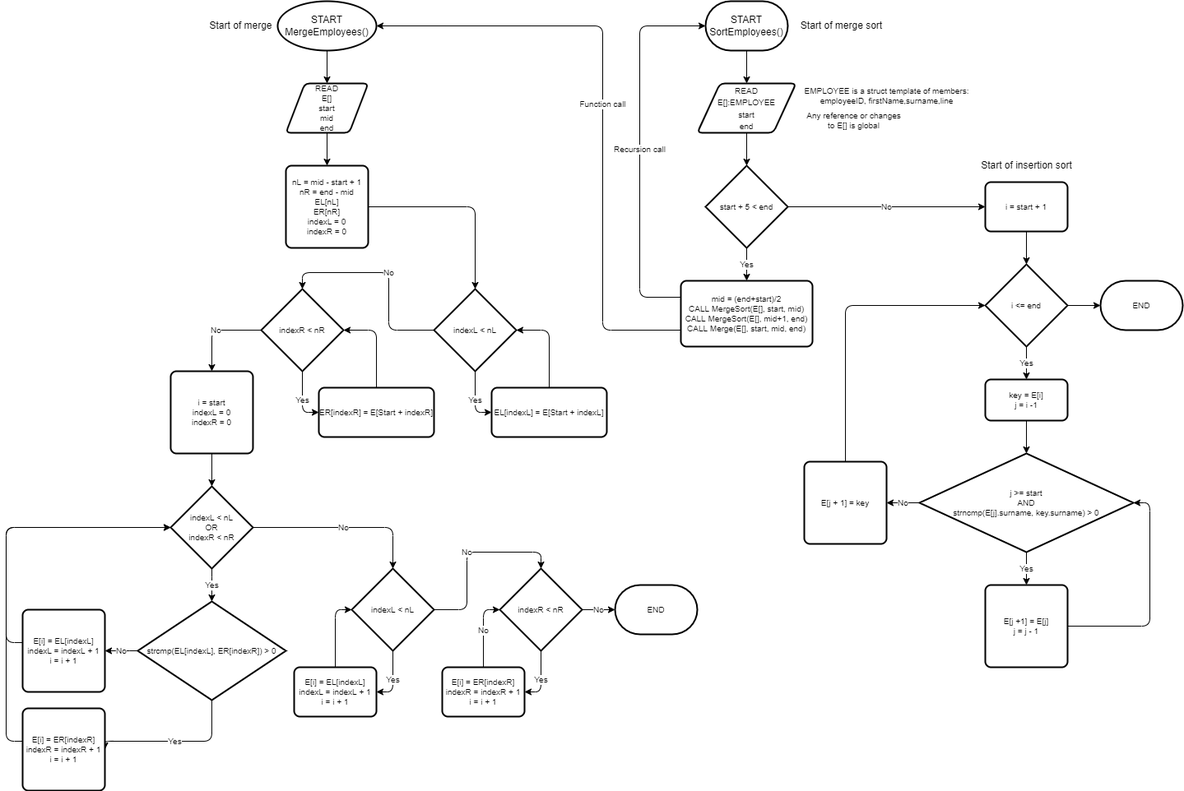
This is Flowcharts/ModifiedMergeSort.drawio.png from AdrianCapacite/Algorithm-Assignment-22-04, a draw.io export, as it was before one commit. Source tidied: cells renumbered, new cells last; positions are measured from the earlier drawing's top-left corner, leaving out a move shared by most shapes.
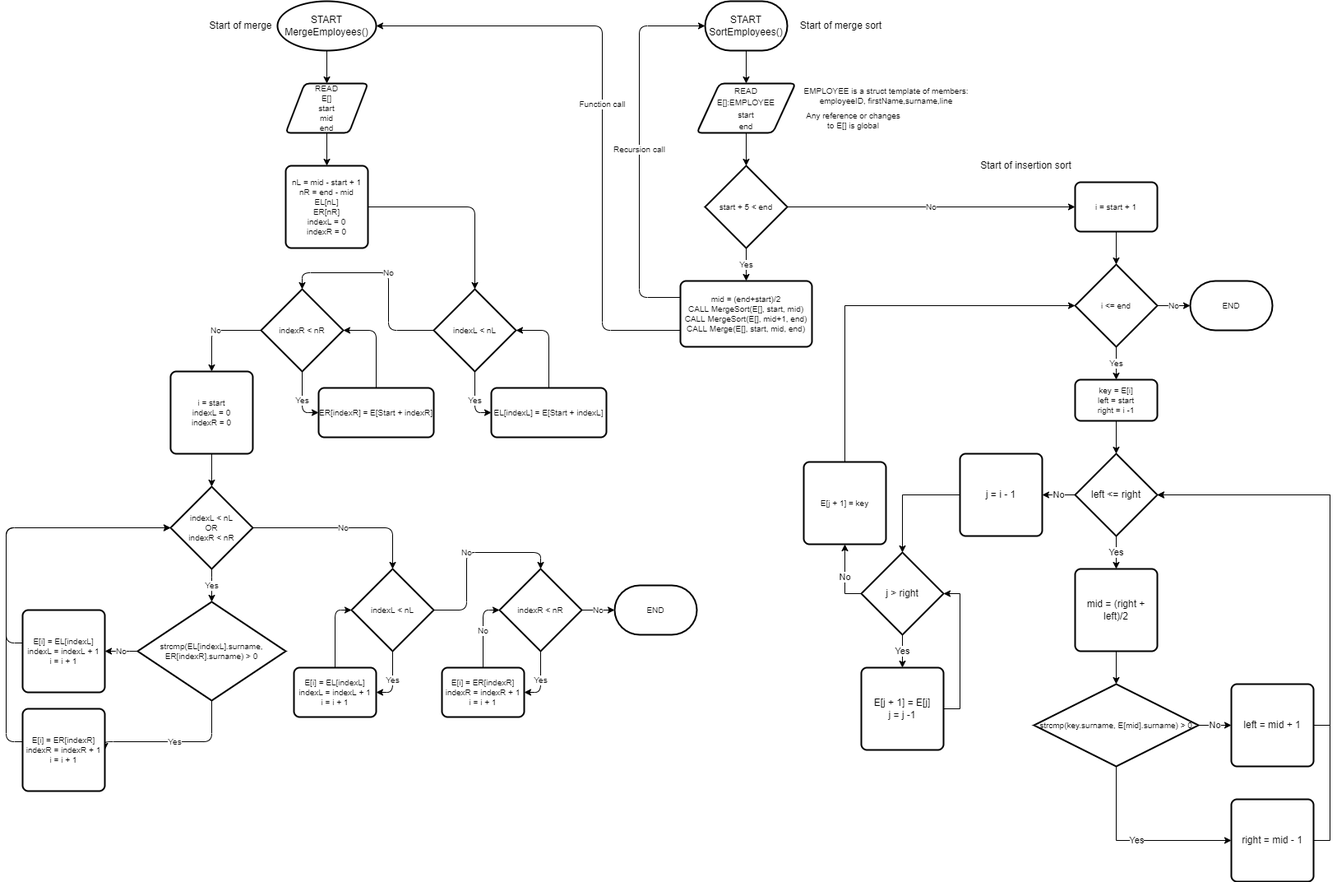
After the commit.

What changed in the source:
```diff
@@ -57,56 +57,26 @@
     <mxCell id="16" value="Yes" style="edgeStyle=orthogonalEdgeStyle;rounded=1;jettySize=auto;html=1;fontSize=10;" parent="1" edge="1" source="18" target="25">
       <mxGeometry relative="1" as="geometry" />
     </mxCell>
-    <mxCell id="17" style="edgeStyle=orthogonalEdgeStyle;rounded=1;jettySize=auto;html=1;fontSize=10;" parent="1" edge="1" source="18" target="30">
+    <mxCell id="17" value="No" style="edgeStyle=orthogonalEdgeStyle;rounded=1;jettySize=auto;html=1;fontSize=10;" parent="1" edge="1" source="18" target="30">
       <mxGeometry relative="1" as="geometry" />
     </mxCell>
     <mxCell id="18" value="i &amp;lt;= end" style="strokeWidth=2;html=1;shape=mxgraph.flowchart.decision;whiteSpace=wrap;fontSize=10;rounded=1;" parent="1" vertex="1">
-      <mxGeometry x="1190" y="320" width="100" height="100" as="geometry" />
+      <mxGeometry x="1300" y="320" width="100" height="100" as="geometry" />
     </mxCell>
-    <mxCell id="19" value="No" style="edgeStyle=orthogonalEdgeStyle;rounded=1;jettySize=auto;html=1;fontSize=10;" parent="1" edge="1" source="21" target="29">
-      <mxGeometry relative="1" as="geometry" />
-    </mxCell>
-    <mxCell id="20" value="Yes" style="edgeStyle=orthogonalEdgeStyle;rounded=1;jettySize=auto;html=1;fontSize=10;" parent="1" edge="1" source="21" target="27">
-      <mxGeometry relative="1" as="geometry" />
-    </mxCell>
-    <mxCell id="21" value="j &amp;gt;= start&lt;br&gt;AND&lt;br&gt;strncmp(E[j].surname, key.surname) &amp;gt; 0" style="strokeWidth=2;html=1;shape=mxgraph.flowchart.decision;whiteSpace=wrap;fontSize=10;rounded=1;" parent="1" vertex="1">
-      <mxGeometry x="1110" y="550" width="260" height="120" as="geometry" />
-    </mxCell>
     <mxCell id="22" style="edgeStyle=orthogonalEdgeStyle;rounded=1;jettySize=auto;html=1;fontSize=10;" parent="1" edge="1" source="23" target="18">
       <mxGeometry relative="1" as="geometry" />
     </mxCell>
     <mxCell id="23" value="i = start + 1" style="rounded=1;whiteSpace=wrap;html=1;absoluteArcSize=1;arcSize=14;strokeWidth=2;fontSize=10;" parent="1" vertex="1">
-      <mxGeometry x="1190" y="220" width="100" height="60" as="geometry" />
+      <mxGeometry x="1300" y="220" width="100" height="60" as="geometry" />
     </mxCell>
-    <mxCell id="24" style="edgeStyle=orthogonalEdgeStyle;rounded=1;jettySize=auto;html=1;fontSize=10;" parent="1" edge="1" source="25" target="21">
-      <mxGeometry relative="1" as="geometry" />
-    </mxCell>
+    <mxCell id="71" style="edgeStyle=orthogonalEdgeStyle;rounded=0;jettySize=auto;html=1;entryX=0.5;entryY=0;entryDx=0;entryDy=0;entryPerimeter=0;" parent="1" edge="1" source="25" target="74">
+      <mxGeometry relative="1" as="geometry" />
+    </mxCell>
-    <mxCell id="25" value="key = E[i]&lt;br&gt;j = i -1" style="rounded=1;whiteSpace=wrap;html=1;absoluteArcSize=1;arcSize=14;strokeWidth=2;fontSize=10;" parent="1" vertex="1">
-      <mxGeometry x="1190" y="460" width="100" height="50" as="geometry" />
+    <mxCell id="25" value="key = E[i]&lt;br&gt;left = start&lt;br&gt;right = i -1" style="rounded=1;whiteSpace=wrap;html=1;absoluteArcSize=1;arcSize=14;strokeWidth=2;fontSize=10;" parent="1" vertex="1">
+      <mxGeometry x="1300" y="460" width="100" height="50" as="geometry" />
     </mxCell>
-    <mxCell id="26" style="edgeStyle=orthogonalEdgeStyle;rounded=1;jettySize=auto;html=1;entryX=1;entryY=0.5;entryDx=0;entryDy=0;entryPerimeter=0;fontSize=10;" parent="1" edge="1" source="27" target="21">
-      <mxGeometry relative="1" as="geometry">
-        <Array as="points">
-          <mxPoint x="1390" y="760" />
-          <mxPoint x="1390" y="610" />
-        </Array>
-      </mxGeometry>
-    </mxCell>
-    <mxCell id="27" value="E[j +1] = E[j]&lt;br&gt;j = j - 1" style="rounded=1;whiteSpace=wrap;html=1;absoluteArcSize=1;arcSize=14;strokeWidth=2;fontSize=10;" parent="1" vertex="1">
-      <mxGeometry x="1190" y="710" width="100" height="100" as="geometry" />
-    </mxCell>
-    <mxCell id="28" style="edgeStyle=orthogonalEdgeStyle;rounded=1;jettySize=auto;html=1;entryX=0;entryY=0.5;entryDx=0;entryDy=0;entryPerimeter=0;fontSize=10;" parent="1" edge="1" source="29" target="18">
-      <mxGeometry relative="1" as="geometry">
-        <Array as="points">
-          <mxPoint x="1020" y="370" />
-        </Array>
-      </mxGeometry>
-    </mxCell>
-    <mxCell id="29" value="E[j + 1] = key" style="rounded=1;whiteSpace=wrap;html=1;absoluteArcSize=1;arcSize=14;strokeWidth=2;fontSize=10;" parent="1" vertex="1">
-      <mxGeometry x="970" y="560" width="100" height="100" as="geometry" />
-    </mxCell>
     <mxCell id="30" value="END" style="strokeWidth=2;html=1;shape=mxgraph.flowchart.terminator;whiteSpace=wrap;fontSize=10;rounded=1;" parent="1" vertex="1">
-      <mxGeometry x="1330" y="340" width="100" height="60" as="geometry" />
+      <mxGeometry x="1440" y="340" width="100" height="60" as="geometry" />
     </mxCell>
     <mxCell id="31" style="edgeStyle=orthogonalEdgeStyle;rounded=1;jettySize=auto;html=1;fontSize=10;" parent="1" edge="1" source="32" target="34">
       <mxGeometry relative="1" as="geometry" />
@@ -169,7 +139,7 @@
     <mxCell id="49" value="No" style="edgeStyle=orthogonalEdgeStyle;rounded=1;jettySize=auto;html=1;entryX=1;entryY=0.5;entryDx=0;entryDy=0;fontSize=10;" parent="1" edge="1" source="50" target="52">
       <mxGeometry relative="1" as="geometry" />
     </mxCell>
-    <mxCell id="50" value="strcmp(EL[indexL], ER[indexR]) &amp;gt; 0" style="strokeWidth=2;html=1;shape=mxgraph.flowchart.decision;whiteSpace=wrap;fontSize=10;rounded=1;" parent="1" vertex="1">
+    <mxCell id="50" value="strcmp(EL[indexL].surname, ER[indexR].surname) &amp;gt; 0" style="strokeWidth=2;html=1;shape=mxgraph.flowchart.decision;whiteSpace=wrap;fontSize=10;rounded=1;" parent="1" vertex="1">
       <mxGeometry x="159.9" y="730" width="180.1" height="120" as="geometry" />
     </mxCell>
     <mxCell id="51" style="edgeStyle=orthogonalEdgeStyle;rounded=1;jettySize=auto;html=1;entryX=0;entryY=0.5;entryDx=0;entryDy=0;fontSize=10;entryPerimeter=0;" parent="1" edge="1" source="52" target="47">
@@ -242,5 +212,74 @@
     <mxCell id="70" value="Start of merge" style="text;html=1;align=center;verticalAlign=middle;strokeColor=none;fillColor=none;rounded=1;" parent="1" vertex="1">
       <mxGeometry x="240" y="20" width="90" height="20" as="geometry" />
     </mxCell>
+    <mxCell id="72" value="Yes" style="edgeStyle=orthogonalEdgeStyle;rounded=0;jettySize=auto;html=1;exitX=0.5;exitY=1;exitDx=0;exitDy=0;exitPerimeter=0;entryX=0.5;entryY=0;entryDx=0;entryDy=0;" parent="1" edge="1" source="74" target="83">
+      <mxGeometry relative="1" as="geometry" />
+    </mxCell>
+    <mxCell id="73" value="No" style="edgeStyle=orthogonalEdgeStyle;rounded=0;jettySize=auto;html=1;entryX=1;entryY=0.5;entryDx=0;entryDy=0;" parent="1" edge="1" source="74" target="85">
+      <mxGeometry relative="1" as="geometry" />
+    </mxCell>
+    <mxCell id="74" value="left &amp;lt;= right" style="strokeWidth=2;html=1;shape=mxgraph.flowchart.decision;whiteSpace=wrap;" parent="1" vertex="1">
+      <mxGeometry x="1300" y="550" width="100" height="100" as="geometry" />
+    </mxCell>
+    <mxCell id="75" value="Yes" style="edgeStyle=orthogonalEdgeStyle;rounded=0;jettySize=auto;html=1;exitX=0.5;exitY=1;exitDx=0;exitDy=0;exitPerimeter=0;entryX=0;entryY=0.5;entryDx=0;entryDy=0;" parent="1" edge="1" source="77" target="79">
+      <mxGeometry relative="1" as="geometry" />
+    </mxCell>
+    <mxCell id="76" value="No" style="edgeStyle=orthogonalEdgeStyle;rounded=0;jettySize=auto;html=1;exitX=1;exitY=0.5;exitDx=0;exitDy=0;exitPerimeter=0;entryX=0;entryY=0.5;entryDx=0;entryDy=0;" parent="1" edge="1" source="77" target="81">
+      <mxGeometry relative="1" as="geometry" />
+    </mxCell>
+    <mxCell id="77" value="&lt;span style=&quot;font-size: 10px&quot;&gt;strcmp(key.surname, E[mid].surname) &amp;gt; 0&lt;/span&gt;" style="strokeWidth=2;html=1;shape=mxgraph.flowchart.decision;whiteSpace=wrap;" parent="1" vertex="1">
+      <mxGeometry x="1250" y="830" width="200" height="100" as="geometry" />
+    </mxCell>
+    <mxCell id="78" style="edgeStyle=orthogonalEdgeStyle;rounded=0;jettySize=auto;html=1;exitX=1;exitY=0.5;exitDx=0;exitDy=0;" parent="1" edge="1" source="79">
+      <mxGeometry relative="1" as="geometry">
+        <mxPoint x="1400" y="600" as="targetPoint" />
+        <Array as="points">
+          <mxPoint x="1610" y="1020" />
+          <mxPoint x="1610" y="600" />
+        </Array>
+      </mxGeometry>
+    </mxCell>
+    <mxCell id="79" value="right = mid - 1" style="rounded=1;whiteSpace=wrap;html=1;absoluteArcSize=1;arcSize=14;strokeWidth=2;" parent="1" vertex="1">
+      <mxGeometry x="1490" y="970" width="100" height="100" as="geometry" />
+    </mxCell>
+    <mxCell id="80" style="edgeStyle=orthogonalEdgeStyle;rounded=0;jettySize=auto;html=1;exitX=1;exitY=0.5;exitDx=0;exitDy=0;entryX=1;entryY=0.5;entryDx=0;entryDy=0;entryPerimeter=0;" parent="1" edge="1" source="81" target="74">
+      <mxGeometry relative="1" as="geometry" />
+    </mxCell>
+    <mxCell id="81" value="left = mid + 1" style="rounded=1;whiteSpace=wrap;html=1;absoluteArcSize=1;arcSize=14;strokeWidth=2;" parent="1" vertex="1">
+      <mxGeometry x="1490" y="830" width="100" height="100" as="geometry" />
+    </mxCell>
+    <mxCell id="82" style="edgeStyle=orthogonalEdgeStyle;rounded=0;jettySize=auto;html=1;exitX=0.5;exitY=1;exitDx=0;exitDy=0;entryX=0.5;entryY=0;entryDx=0;entryDy=0;entryPerimeter=0;" parent="1" edge="1" source="83" target="77">
+      <mxGeometry relative="1" as="geometry" />
+    </mxCell>
+    <mxCell id="83" value="mid = (right + left)/2" style="rounded=1;whiteSpace=wrap;html=1;absoluteArcSize=1;arcSize=14;strokeWidth=2;" parent="1" vertex="1">
+      <mxGeometry x="1300" y="690" width="100" height="100" as="geometry" />
+    </mxCell>
+    <mxCell id="84" style="edgeStyle=orthogonalEdgeStyle;rounded=0;jettySize=auto;html=1;entryX=0.5;entryY=0;entryDx=0;entryDy=0;entryPerimeter=0;" parent="1" edge="1" source="85" target="88">
+      <mxGeometry relative="1" as="geometry" />
+    </mxCell>
+    <mxCell id="85" value="j = i - 1" style="rounded=1;whiteSpace=wrap;html=1;absoluteArcSize=1;arcSize=14;strokeWidth=2;" parent="1" vertex="1">
+      <mxGeometry x="1160" y="550" width="100" height="100" as="geometry" />
+    </mxCell>
+    <mxCell id="86" value="Yes" style="edgeStyle=orthogonalEdgeStyle;rounded=0;jettySize=auto;html=1;entryX=0.5;entryY=0;entryDx=0;entryDy=0;" parent="1" edge="1" source="88" target="90">
+      <mxGeometry relative="1" as="geometry" />
+    </mxCell>
+    <mxCell id="87" value="No" style="edgeStyle=orthogonalEdgeStyle;rounded=0;jettySize=auto;html=1;exitX=0;exitY=0.5;exitDx=0;exitDy=0;exitPerimeter=0;entryX=0.5;entryY=1;entryDx=0;entryDy=0;" parent="1" edge="1" source="88" target="29">
+      <mxGeometry relative="1" as="geometry" />
+    </mxCell>
+    <mxCell id="88" value="j &amp;gt; right" style="strokeWidth=2;html=1;shape=mxgraph.flowchart.decision;whiteSpace=wrap;" parent="1" vertex="1">
+      <mxGeometry x="1040" y="670" width="100" height="100" as="geometry" />
+    </mxCell>
+    <mxCell id="89" style="edgeStyle=orthogonalEdgeStyle;rounded=0;jettySize=auto;html=1;exitX=1;exitY=0.5;exitDx=0;exitDy=0;entryX=1;entryY=0.5;entryDx=0;entryDy=0;entryPerimeter=0;" parent="1" edge="1" source="90" target="88">
+      <mxGeometry relative="1" as="geometry" />
+    </mxCell>
+    <mxCell id="90" value="E[j + 1] = E[j]&lt;br&gt;j = j -1" style="rounded=1;whiteSpace=wrap;html=1;absoluteArcSize=1;arcSize=14;strokeWidth=2;" parent="1" vertex="1">
+      <mxGeometry x="1040" y="810" width="100" height="100" as="geometry" />
+    </mxCell>
+    <mxCell id="28" style="edgeStyle=orthogonalEdgeStyle;rounded=0;jettySize=auto;html=1;exitX=0.5;exitY=0;exitDx=0;exitDy=0;entryX=0;entryY=0.5;entryDx=0;entryDy=0;entryPerimeter=0;" parent="1" edge="1" source="29" target="18">
+      <mxGeometry relative="1" as="geometry" />
+    </mxCell>
+    <mxCell id="29" value="E[j + 1] = key" style="rounded=1;whiteSpace=wrap;html=1;absoluteArcSize=1;arcSize=14;strokeWidth=2;fontSize=10;" parent="1" vertex="1">
+      <mxGeometry x="970" y="560" width="100" height="100" as="geometry" />
+    </mxCell>
   </root>
 </mxGraphModel>
```
